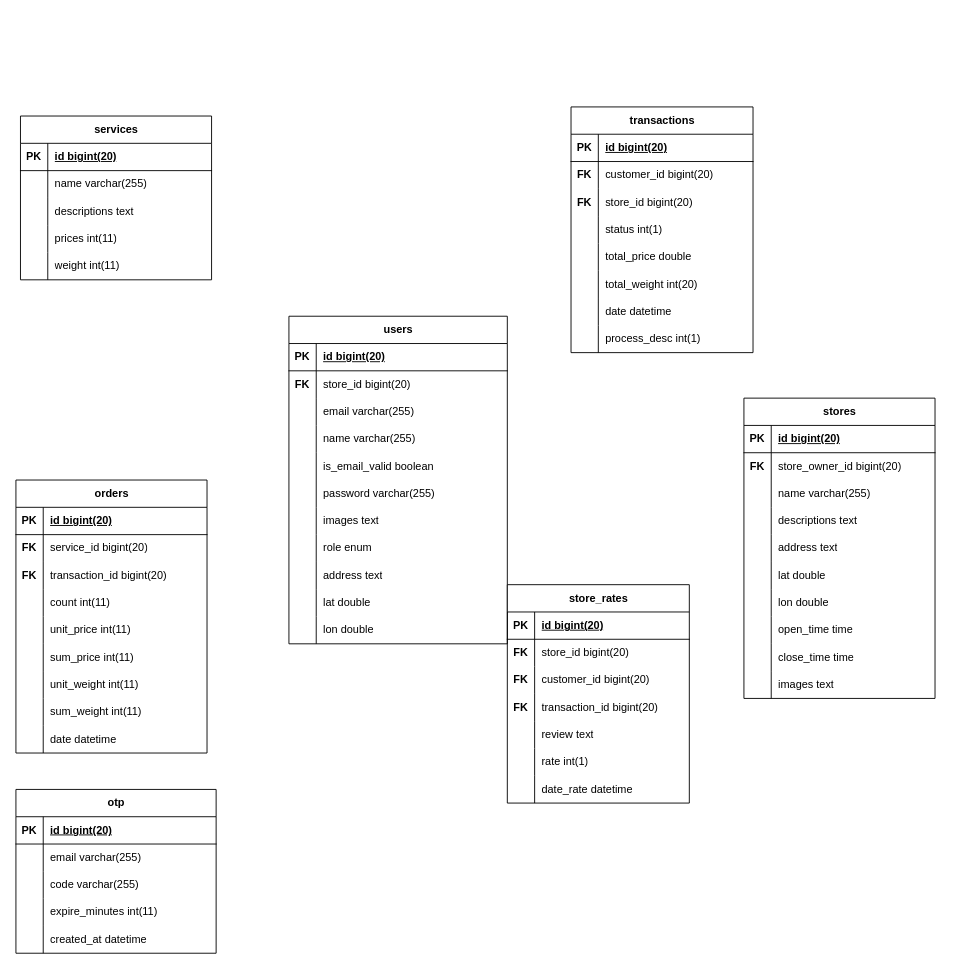
codetron21/laundryku-diagrams keeps this draw.io diagram as erd-laundryku.drawio. Above is the earlier version. Source tidied: cells renumbered, new cells numbered last; positions are measured from the earlier drawing's top-left corner, leaving out a move shared by most shapes. Both pictures are drawn from the tidied source at 91%, with x=0, y=0 at pixel (15, 106).
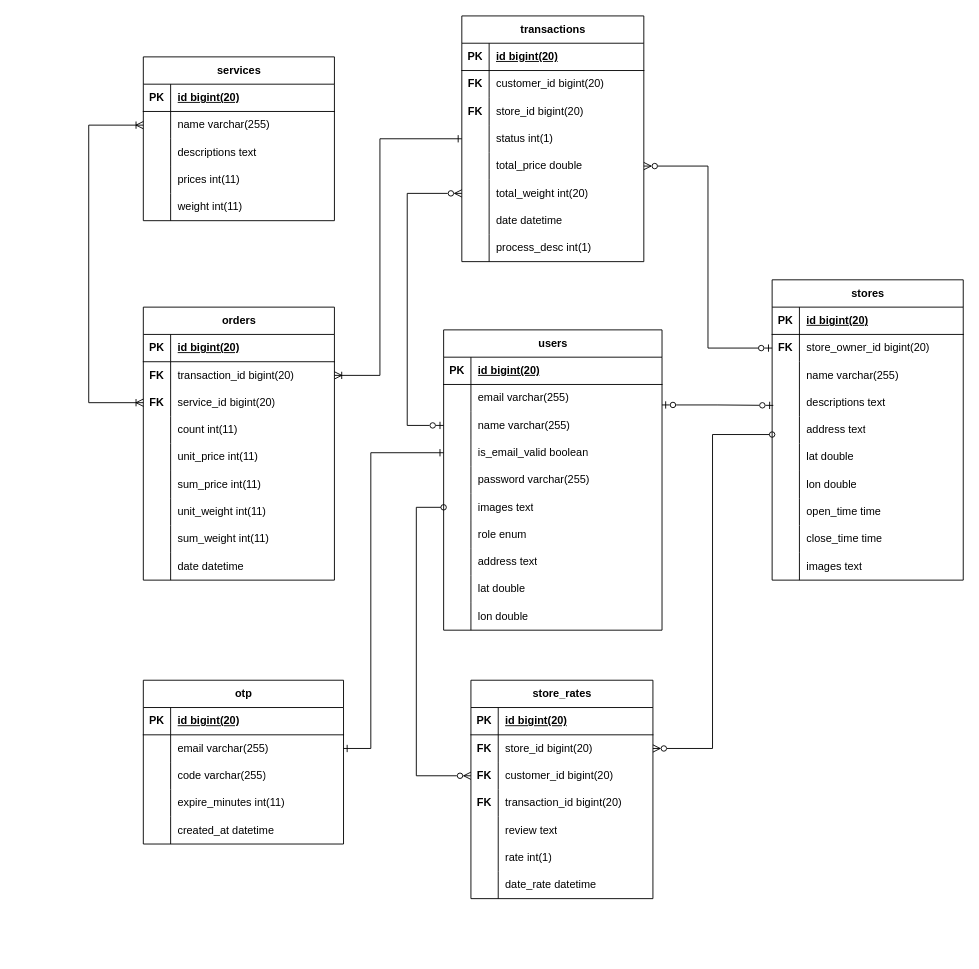
Above is the later version.

The change refers to these unchanged cells:
```xml
<mxCell id="40" style="shape=tableRow;horizontal=0;startSize=0;swimlaneHead=0;swimlaneBody=0;fillColor=none;points=[[0,0.5],[1,0.5]];portConstraint=eastwest;top=0;left=0;right=0;bottom=0;" parent="36" vertex="1">
  <mxGeometry y="60" width="210" height="30" as="geometry" />
</mxCell>
<mxCell id="56" style="shape=tableRow;horizontal=0;startSize=0;swimlaneHead=0;swimlaneBody=0;fillColor=none;points=[[0,0.5],[1,0.5]];portConstraint=eastwest;top=0;left=0;right=0;bottom=0;" parent="52" vertex="1">
  <mxGeometry y="60" width="210" height="30" as="geometry" />
</mxCell>
<mxCell id="62" style="shape=tableRow;horizontal=0;startSize=0;swimlaneHead=0;swimlaneBody=0;fillColor=none;points=[[0,0.5],[1,0.5]];portConstraint=eastwest;top=0;left=0;right=0;bottom=0;" parent="52" vertex="1">
  <mxGeometry y="120" width="210" height="30" as="geometry" />
</mxCell>
<mxCell id="65" style="shape=tableRow;horizontal=0;startSize=0;swimlaneHead=0;swimlaneBody=0;fillColor=none;points=[[0,0.5],[1,0.5]];portConstraint=eastwest;top=0;left=0;right=0;bottom=0;" parent="52" vertex="1">
  <mxGeometry y="150" width="210" height="30" as="geometry" />
</mxCell>
<mxCell id="87" style="shape=tableRow;horizontal=0;startSize=0;swimlaneHead=0;swimlaneBody=0;fillColor=none;points=[[0,0.5],[1,0.5]];portConstraint=eastwest;top=0;left=0;right=0;bottom=0;" parent="83" vertex="1">
  <mxGeometry y="60" width="220" height="30" as="geometry" />
</mxCell>
<mxCell id="103" style="shape=tableRow;horizontal=0;startSize=0;swimlaneHead=0;swimlaneBody=0;fillColor=none;points=[[0,0.5],[1,0.5]];portConstraint=eastwest;top=0;left=0;right=0;bottom=0;" parent="99" vertex="1">
  <mxGeometry y="60" width="200" height="30" as="geometry" />
</mxCell>
<mxCell id="106" style="shape=tableRow;horizontal=0;startSize=0;swimlaneHead=0;swimlaneBody=0;fillColor=none;points=[[0,0.5],[1,0.5]];portConstraint=eastwest;top=0;left=0;right=0;bottom=0;" parent="99" vertex="1">
  <mxGeometry y="90" width="200" height="30" as="geometry" />
</mxCell>
<mxCell id="131" style="shape=tableRow;horizontal=0;startSize=0;swimlaneHead=0;swimlaneBody=0;fillColor=none;points=[[0,0.5],[1,0.5]];portConstraint=eastwest;top=0;left=0;right=0;bottom=0;" parent="121" vertex="1">
  <mxGeometry y="120" width="200" height="30" as="geometry" />
</mxCell>
<mxCell id="134" style="shape=tableRow;horizontal=0;startSize=0;swimlaneHead=0;swimlaneBody=0;fillColor=none;points=[[0,0.5],[1,0.5]];portConstraint=eastwest;top=0;left=0;right=0;bottom=0;" parent="121" vertex="1">
  <mxGeometry y="150" width="200" height="30" as="geometry" />
</mxCell>
<mxCell id="137" style="shape=tableRow;horizontal=0;startSize=0;swimlaneHead=0;swimlaneBody=0;fillColor=none;points=[[0,0.5],[1,0.5]];portConstraint=eastwest;top=0;left=0;right=0;bottom=0;" parent="121" vertex="1">
  <mxGeometry y="180" width="200" height="30" as="geometry" />
</mxCell>
```

Change to the diagram source:
```diff
@@
+    <mxCell id="174" style="edgeStyle=orthogonalEdgeStyle;rounded=0;jettySize=auto;html=1;exitX=1;exitY=0.25;exitDx=0;exitDy=0;entryX=0.006;entryY=0.6;entryDx=0;entryDy=0;entryPerimeter=0;endArrow=ERzeroToOne;endFill=0;startArrow=ERzeroToOne;startFill=0;" parent="1" edge="1" source="2" target="62">
+      <mxGeometry relative="1" as="geometry" />
+    </mxCell>
     <mxCell id="2" value="users" style="shape=table;startSize=30;childLayout=tableLayout;rowLines=0;fontStyle=1;align=center;html=1;" parent="1" vertex="1">
-      <mxGeometry x="300" y="230" width="240" height="360" as="geometry" />
+      <mxGeometry x="470" y="245" width="240" height="330" as="geometry" />
     </mxCell>
@@
-    <mxCell id="6" style="shape=tableRow;horizontal=0;startSize=0;swimlaneHead=0;swimlaneBody=0;fillColor=none;top=0;left=0;right=0;bottom=0;" parent="2" vertex="1">
-      <mxGeometry y="60" width="240" height="30" as="geometry" />
-    </mxCell>
-    <mxCell id="7" value="&lt;b&gt;FK&lt;/b&gt;" style="shape=partialRectangle;fillColor=none;top=0;left=0;bottom=0;right=0;overflow=hidden;whiteSpace=wrap;html=1;" parent="6" vertex="1">
-      <mxGeometry width="30" height="30" as="geometry" />
-    </mxCell>
-    <mxCell id="8" value="store_id bigint(20)" style="shape=partialRectangle;fillColor=none;top=0;left=0;bottom=0;right=0;align=left;spacingLeft=6;overflow=hidden;whiteSpace=wrap;html=1;" parent="6" vertex="1">
-      <mxGeometry x="30" width="210" height="30" as="geometry" />
-    </mxCell>
     <mxCell id="9" style="shape=tableRow;horizontal=0;startSize=0;swimlaneHead=0;swimlaneBody=0;fillColor=none;top=0;left=0;right=0;bottom=0;" parent="2" vertex="1">
-      <mxGeometry y="90" width="240" height="30" as="geometry" />
+      <mxGeometry y="60" width="240" height="30" as="geometry" />
     </mxCell>
@@
     <mxCell id="12" style="shape=tableRow;horizontal=0;startSize=0;swimlaneHead=0;swimlaneBody=0;fillColor=none;points=[[0,0.5],[1,0.5]];portConstraint=eastwest;top=0;left=0;right=0;bottom=0;" parent="2" vertex="1">
-      <mxGeometry y="120" width="240" height="30" as="geometry" />
+      <mxGeometry y="90" width="240" height="30" as="geometry" />
     </mxCell>
@@
     <mxCell id="15" style="shape=tableRow;horizontal=0;startSize=0;swimlaneHead=0;swimlaneBody=0;fillColor=none;points=[[0,0.5],[1,0.5]];portConstraint=eastwest;top=0;left=0;right=0;bottom=0;" parent="2" vertex="1">
-      <mxGeometry y="150" width="240" height="30" as="geometry" />
+      <mxGeometry y="120" width="240" height="30" as="geometry" />
     </mxCell>
@@
     <mxCell id="18" style="shape=tableRow;horizontal=0;startSize=0;swimlaneHead=0;swimlaneBody=0;fillColor=none;top=0;left=0;right=0;bottom=0;" parent="2" vertex="1">
-      <mxGeometry y="180" width="240" height="30" as="geometry" />
+      <mxGeometry y="150" width="240" height="30" as="geometry" />
     </mxCell>
@@
     <mxCell id="21" style="shape=tableRow;horizontal=0;startSize=0;swimlaneHead=0;swimlaneBody=0;fillColor=none;points=[[0,0.5],[1,0.5]];portConstraint=eastwest;top=0;left=0;right=0;bottom=0;" parent="2" vertex="1">
-      <mxGeometry y="210" width="240" height="30" as="geometry" />
+      <mxGeometry y="180" width="240" height="30" as="geometry" />
     </mxCell>
@@
     <mxCell id="24" style="shape=tableRow;horizontal=0;startSize=0;swimlaneHead=0;swimlaneBody=0;fillColor=none;top=0;left=0;right=0;bottom=0;" parent="2" vertex="1">
-      <mxGeometry y="240" width="240" height="30" as="geometry" />
+      <mxGeometry y="210" width="240" height="30" as="geometry" />
     </mxCell>
@@
     <mxCell id="27" style="shape=tableRow;horizontal=0;startSize=0;swimlaneHead=0;swimlaneBody=0;fillColor=none;top=0;left=0;right=0;bottom=0;" parent="2" vertex="1">
-      <mxGeometry y="270" width="240" height="30" as="geometry" />
+      <mxGeometry y="240" width="240" height="30" as="geometry" />
     </mxCell>
@@
     <mxCell id="30" style="shape=tableRow;horizontal=0;startSize=0;swimlaneHead=0;swimlaneBody=0;fillColor=none;top=0;left=0;right=0;bottom=0;" parent="2" vertex="1">
-      <mxGeometry y="300" width="240" height="30" as="geometry" />
+      <mxGeometry y="270" width="240" height="30" as="geometry" />
     </mxCell>
@@
     <mxCell id="33" style="shape=tableRow;horizontal=0;startSize=0;swimlaneHead=0;swimlaneBody=0;fillColor=none;top=0;left=0;right=0;bottom=0;" parent="2" vertex="1">
-      <mxGeometry y="330" width="240" height="30" as="geometry" />
+      <mxGeometry y="300" width="240" height="30" as="geometry" />
     </mxCell>
@@
     <mxCell id="36" value="services" style="shape=table;startSize=30;childLayout=tableLayout;rowLines=0;fontStyle=1;align=center;html=1;" parent="1" vertex="1">
-      <mxGeometry x="5" y="10" width="210" height="180" as="geometry" />
+      <mxGeometry x="140" y="-55" width="210" height="180" as="geometry" />
     </mxCell>
@@
     <mxCell id="52" value="stores" style="shape=table;startSize=30;childLayout=tableLayout;rowLines=0;fontStyle=1;align=center;html=1;" parent="1" vertex="1">
-      <mxGeometry x="800" y="320" width="210" height="330" as="geometry" />
+      <mxGeometry x="831" y="190" width="210" height="330" as="geometry" />
     </mxCell>
@@
     <mxCell id="83" value="otp" style="shape=table;startSize=30;childLayout=tableLayout;rowLines=0;fontStyle=1;align=center;html=1;" parent="1" vertex="1">
-      <mxGeometry y="750" width="220" height="180" as="geometry" />
+      <mxGeometry x="140" y="630" width="220" height="180" as="geometry" />
     </mxCell>
@@
     <mxCell id="99" value="store_rates" style="shape=table;startSize=30;childLayout=tableLayout;rowLines=0;fontStyle=1;align=center;html=1;" parent="1" vertex="1">
-      <mxGeometry x="540" y="525" width="200" height="240" as="geometry" />
+      <mxGeometry x="500" y="630" width="200" height="240" as="geometry" />
     </mxCell>
@@
     <mxCell id="121" value="transactions" style="shape=table;startSize=30;childLayout=tableLayout;rowLines=0;fontStyle=1;align=center;html=1;" parent="1" vertex="1">
-      <mxGeometry x="610" width="200" height="270" as="geometry" />
+      <mxGeometry x="490" y="-100" width="200" height="270" as="geometry" />
     </mxCell>
@@
     <mxCell id="146" value="orders" style="shape=table;startSize=30;childLayout=tableLayout;rowLines=0;fontStyle=1;align=center;html=1;" parent="1" vertex="1">
-      <mxGeometry y="410" width="210" height="300" as="geometry" />
+      <mxGeometry x="140" y="220" width="210" height="300" as="geometry" />
     </mxCell>
@@
+    <mxCell id="153" style="shape=tableRow;horizontal=0;startSize=0;swimlaneHead=0;swimlaneBody=0;fillColor=none;points=[[0,0.5],[1,0.5]];portConstraint=eastwest;top=0;left=0;right=0;bottom=0;" parent="146" vertex="1">
+      <mxGeometry y="60" width="210" height="30" as="geometry" />
+    </mxCell>
+    <mxCell id="154" value="&lt;b&gt;FK&lt;/b&gt;" style="shape=partialRectangle;fillColor=none;top=0;left=0;bottom=0;right=0;overflow=hidden;whiteSpace=wrap;html=1;" parent="153" vertex="1">
+      <mxGeometry width="30" height="30" as="geometry" />
+    </mxCell>
+    <mxCell id="155" value="transaction_id bigint(20)" style="shape=partialRectangle;fillColor=none;top=0;left=0;bottom=0;right=0;align=left;spacingLeft=6;overflow=hidden;whiteSpace=wrap;html=1;" parent="153" vertex="1">
+      <mxGeometry x="30" width="180" height="30" as="geometry" />
+    </mxCell>
     <mxCell id="150" style="shape=tableRow;horizontal=0;startSize=0;swimlaneHead=0;swimlaneBody=0;fillColor=none;points=[[0,0.5],[1,0.5]];portConstraint=eastwest;top=0;left=0;right=0;bottom=0;" parent="146" vertex="1">
-      <mxGeometry y="60" width="210" height="30" as="geometry" />
+      <mxGeometry y="90" width="210" height="30" as="geometry" />
     </mxCell>
@@
-    <mxCell id="153" style="shape=tableRow;horizontal=0;startSize=0;swimlaneHead=0;swimlaneBody=0;fillColor=none;points=[[0,0.5],[1,0.5]];portConstraint=eastwest;top=0;left=0;right=0;bottom=0;" parent="146" vertex="1">
-      <mxGeometry y="90" width="210" height="30" as="geometry" />
-    </mxCell>
-    <mxCell id="154" value="&lt;b&gt;FK&lt;/b&gt;" style="shape=partialRectangle;fillColor=none;top=0;left=0;bottom=0;right=0;overflow=hidden;whiteSpace=wrap;html=1;" parent="153" vertex="1">
-      <mxGeometry width="30" height="30" as="geometry" />
-    </mxCell>
-    <mxCell id="155" value="transaction_id bigint(20)" style="shape=partialRectangle;fillColor=none;top=0;left=0;bottom=0;right=0;align=left;spacingLeft=6;overflow=hidden;whiteSpace=wrap;html=1;" parent="153" vertex="1">
-      <mxGeometry x="30" width="180" height="30" as="geometry" />
-    </mxCell>
@@
+    <mxCell id="175" style="edgeStyle=orthogonalEdgeStyle;rounded=0;jettySize=auto;html=1;exitX=1;exitY=0.5;exitDx=0;exitDy=0;endArrow=ERone;endFill=0;startArrow=ERone;startFill=0;entryX=0;entryY=0.5;entryDx=0;entryDy=0;" parent="1" edge="1" source="87" target="15">
+      <mxGeometry relative="1" as="geometry">
+        <Array as="points">
+          <mxPoint x="390" y="705" />
+          <mxPoint x="390" y="380" />
+        </Array>
+      </mxGeometry>
+    </mxCell>
+    <mxCell id="176" style="edgeStyle=orthogonalEdgeStyle;rounded=0;jettySize=auto;html=1;exitX=1;exitY=0.5;exitDx=0;exitDy=0;entryX=0;entryY=0.667;entryDx=0;entryDy=0;endArrow=oval;endFill=0;startArrow=ERzeroToMany;startFill=0;entryPerimeter=0;" parent="1" edge="1" source="103" target="65">
+      <mxGeometry relative="1" as="geometry" />
+    </mxCell>
+    <mxCell id="177" style="edgeStyle=orthogonalEdgeStyle;rounded=0;jettySize=auto;html=1;exitX=0;exitY=0.5;exitDx=0;exitDy=0;entryX=0;entryY=0.5;entryDx=0;entryDy=0;endArrow=oval;endFill=0;startArrow=ERzeroToMany;startFill=0;" parent="1" edge="1" source="106" target="21">
+      <mxGeometry relative="1" as="geometry">
+        <Array as="points">
+          <mxPoint x="440" y="735" />
+          <mxPoint x="440" y="440" />
+        </Array>
+      </mxGeometry>
+    </mxCell>
+    <mxCell id="178" style="edgeStyle=orthogonalEdgeStyle;rounded=0;jettySize=auto;html=1;exitX=0;exitY=0.5;exitDx=0;exitDy=0;entryX=0;entryY=0.5;entryDx=0;entryDy=0;startArrow=ERoneToMany;startFill=0;endArrow=ERoneToMany;endFill=0;" parent="1" edge="1" source="150" target="40">
+      <mxGeometry relative="1" as="geometry">
+        <Array as="points">
+          <mxPoint x="80" y="325" />
+          <mxPoint x="80" y="20" />
+        </Array>
+      </mxGeometry>
+    </mxCell>
+    <mxCell id="179" style="edgeStyle=orthogonalEdgeStyle;rounded=0;jettySize=auto;html=1;exitX=1;exitY=0.5;exitDx=0;exitDy=0;entryX=0;entryY=0.5;entryDx=0;entryDy=0;startArrow=ERoneToMany;startFill=0;endArrow=ERone;endFill=0;" parent="1" edge="1" source="153" target="131">
+      <mxGeometry relative="1" as="geometry">
+        <Array as="points">
+          <mxPoint x="400" y="295" />
+          <mxPoint x="400" y="35" />
+        </Array>
+      </mxGeometry>
+    </mxCell>
+    <mxCell id="180" style="edgeStyle=orthogonalEdgeStyle;rounded=0;jettySize=auto;html=1;exitX=1;exitY=0.5;exitDx=0;exitDy=0;entryX=0;entryY=0.5;entryDx=0;entryDy=0;startArrow=ERzeroToMany;startFill=0;endArrow=ERzeroToOne;endFill=0;" parent="1" edge="1" source="134" target="56">
+      <mxGeometry relative="1" as="geometry" />
+    </mxCell>
+    <mxCell id="181" style="edgeStyle=orthogonalEdgeStyle;rounded=0;jettySize=auto;html=1;exitX=0;exitY=0.5;exitDx=0;exitDy=0;entryX=0;entryY=0.5;entryDx=0;entryDy=0;startArrow=ERzeroToMany;startFill=0;endArrow=ERzeroToOne;endFill=0;" parent="1" edge="1" source="137" target="12">
+      <mxGeometry relative="1" as="geometry">
+        <Array as="points">
+          <mxPoint x="430" y="95" />
+          <mxPoint x="430" y="350" />
+        </Array>
+      </mxGeometry>
+    </mxCell>
```
